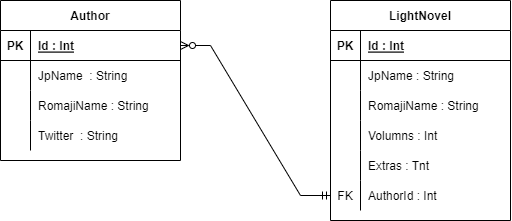
Above: Diagrams/DataRelation.png in marshmary/LightNovelMicroservice (draw.io), before the change. Source tidied: cells renumbered, new cells last; positions are measured from the earlier drawing's top-left corner, leaving out a move shared by most shapes. Source of this version:
```xml
<mxGraphModel>
  <root>
    <mxCell id="0" />
    <mxCell id="1" parent="0" />
    <mxCell id="2" value="Author" style="shape=table;startSize=30;rowLines=0;fontStyle=1;align=center;" parent="1" vertex="1">
      <mxGeometry width="180" height="160" as="geometry" />
    </mxCell>
    <mxCell id="3" style="shape=partialRectangle;fillColor=none;top=0;left=0;bottom=1;right=0;points=[[0,0.5],[1,0.5]];portConstraint=eastwest;" parent="2" vertex="1">
      <mxGeometry y="30" width="180" height="30" as="geometry" />
    </mxCell>
    <mxCell id="4" value="PK" style="shape=partialRectangle;fillColor=none;top=0;left=0;bottom=0;right=0;fontStyle=1;overflow=hidden;" parent="3" vertex="1">
      <mxGeometry width="30" height="30" as="geometry" />
    </mxCell>
    <mxCell id="5" value="Id : Int" style="shape=partialRectangle;fillColor=none;top=0;left=0;bottom=0;right=0;align=left;spacingLeft=6;fontStyle=5;overflow=hidden;" parent="3" vertex="1">
      <mxGeometry x="30" width="150" height="30" as="geometry" />
    </mxCell>
    <mxCell id="6" style="shape=partialRectangle;fillColor=none;top=0;left=0;bottom=0;right=0;" parent="2" vertex="1">
      <mxGeometry y="60" width="180" height="30" as="geometry" />
    </mxCell>
    <mxCell id="7" style="shape=partialRectangle;fillColor=none;top=0;left=0;bottom=0;right=0;overflow=hidden;" parent="6" vertex="1">
      <mxGeometry width="30" height="30" as="geometry" />
    </mxCell>
    <mxCell id="8" value="JpName  : String" style="shape=partialRectangle;fillColor=none;top=0;left=0;bottom=0;right=0;align=left;spacingLeft=6;overflow=hidden;" parent="6" vertex="1">
      <mxGeometry x="30" width="150" height="30" as="geometry" />
    </mxCell>
    <mxCell id="9" style="shape=partialRectangle;fillColor=none;top=0;left=0;bottom=0;right=0;" parent="2" vertex="1">
      <mxGeometry y="90" width="180" height="30" as="geometry" />
    </mxCell>
    <mxCell id="10" style="shape=partialRectangle;fillColor=none;top=0;left=0;bottom=0;right=0;overflow=hidden;" parent="9" vertex="1">
      <mxGeometry width="30" height="30" as="geometry" />
    </mxCell>
    <mxCell id="11" value="RomajiName : String" style="shape=partialRectangle;fillColor=none;top=0;left=0;bottom=0;right=0;align=left;spacingLeft=6;overflow=hidden;" parent="9" vertex="1">
      <mxGeometry x="30" width="150" height="30" as="geometry" />
    </mxCell>
    <mxCell id="12" style="shape=partialRectangle;fillColor=none;top=0;left=0;bottom=0;right=0;" parent="2" vertex="1">
      <mxGeometry y="120" width="180" height="30" as="geometry" />
    </mxCell>
    <mxCell id="13" style="shape=partialRectangle;fillColor=none;top=0;left=0;bottom=0;right=0;overflow=hidden;" parent="12" vertex="1">
      <mxGeometry width="30" height="30" as="geometry" />
    </mxCell>
    <mxCell id="14" value="Twitter  : String" style="shape=partialRectangle;fillColor=none;top=0;left=0;bottom=0;right=0;align=left;spacingLeft=6;overflow=hidden;" parent="12" vertex="1">
      <mxGeometry x="30" width="150" height="30" as="geometry" />
    </mxCell>
    <mxCell id="15" value="LightNovel" style="shape=table;startSize=30;rowLines=0;fontStyle=1;align=center;" parent="1" vertex="1">
      <mxGeometry x="330" width="180" height="220" as="geometry" />
    </mxCell>
    <mxCell id="16" style="shape=partialRectangle;fillColor=none;top=0;left=0;bottom=1;right=0;" parent="15" vertex="1">
      <mxGeometry y="30" width="180" height="30" as="geometry" />
    </mxCell>
    <mxCell id="17" value="PK" style="shape=partialRectangle;fillColor=none;top=0;left=0;bottom=0;right=0;fontStyle=1;overflow=hidden;" parent="16" vertex="1">
      <mxGeometry width="30" height="30" as="geometry" />
    </mxCell>
    <mxCell id="18" value="Id : Int" style="shape=partialRectangle;fillColor=none;top=0;left=0;bottom=0;right=0;align=left;spacingLeft=6;fontStyle=5;overflow=hidden;" parent="16" vertex="1">
      <mxGeometry x="30" width="150" height="30" as="geometry" />
    </mxCell>
    <mxCell id="19" style="shape=partialRectangle;fillColor=none;top=0;left=0;bottom=0;right=0;" parent="15" vertex="1">
      <mxGeometry y="60" width="180" height="30" as="geometry" />
    </mxCell>
    <mxCell id="20" style="shape=partialRectangle;fillColor=none;top=0;left=0;bottom=0;right=0;overflow=hidden;" parent="19" vertex="1">
      <mxGeometry width="30" height="30" as="geometry" />
    </mxCell>
    <mxCell id="21" value="JpName : String" style="shape=partialRectangle;fillColor=none;top=0;left=0;bottom=0;right=0;align=left;spacingLeft=6;overflow=hidden;" parent="19" vertex="1">
      <mxGeometry x="30" width="150" height="30" as="geometry" />
    </mxCell>
    <mxCell id="22" style="shape=partialRectangle;fillColor=none;top=0;left=0;bottom=0;right=0;" parent="15" vertex="1">
      <mxGeometry y="90" width="180" height="30" as="geometry" />
    </mxCell>
    <mxCell id="23" style="shape=partialRectangle;fillColor=none;top=0;left=0;bottom=0;right=0;overflow=hidden;" parent="22" vertex="1">
      <mxGeometry width="30" height="30" as="geometry" />
    </mxCell>
    <mxCell id="24" value="RomajiName : String" style="shape=partialRectangle;fillColor=none;top=0;left=0;bottom=0;right=0;align=left;spacingLeft=6;overflow=hidden;" parent="22" vertex="1">
      <mxGeometry x="30" width="150" height="30" as="geometry" />
    </mxCell>
    <mxCell id="25" style="shape=partialRectangle;fillColor=none;top=0;left=0;bottom=0;right=0;" parent="15" vertex="1">
      <mxGeometry y="120" width="180" height="30" as="geometry" />
    </mxCell>
    <mxCell id="26" style="shape=partialRectangle;fillColor=none;top=0;left=0;bottom=0;right=0;overflow=hidden;" parent="25" vertex="1">
      <mxGeometry width="30" height="30" as="geometry" />
    </mxCell>
    <mxCell id="27" value="Volumns : Int" style="shape=partialRectangle;fillColor=none;top=0;left=0;bottom=0;right=0;align=left;spacingLeft=6;overflow=hidden;" parent="25" vertex="1">
      <mxGeometry x="30" width="150" height="30" as="geometry" />
    </mxCell>
    <mxCell id="28" style="shape=partialRectangle;fillColor=none;top=0;left=0;bottom=0;right=0;" parent="15" vertex="1">
      <mxGeometry y="150" width="180" height="30" as="geometry" />
    </mxCell>
    <mxCell id="29" style="shape=partialRectangle;fillColor=none;top=0;left=0;bottom=0;right=0;overflow=hidden;" parent="28" vertex="1">
      <mxGeometry width="30" height="30" as="geometry" />
    </mxCell>
    <mxCell id="30" value="Extras : Tnt" style="shape=partialRectangle;fillColor=none;top=0;left=0;bottom=0;right=0;align=left;spacingLeft=6;overflow=hidden;" parent="28" vertex="1">
      <mxGeometry x="30" width="150" height="30" as="geometry" />
    </mxCell>
    <mxCell id="31" style="shape=partialRectangle;fillColor=none;top=0;left=0;bottom=0;right=0;points=[[0,0.5],[1,0.5]];portConstraint=eastwest;" parent="15" vertex="1">
      <mxGeometry y="180" width="180" height="30" as="geometry" />
    </mxCell>
    <mxCell id="32" value="FK" style="shape=partialRectangle;fillColor=none;top=0;left=0;bottom=0;right=0;overflow=hidden;" parent="31" vertex="1">
      <mxGeometry width="30" height="30" as="geometry" />
    </mxCell>
    <mxCell id="33" value="AuthorId : Int" style="shape=partialRectangle;fillColor=none;top=0;left=0;bottom=0;right=0;align=left;spacingLeft=6;overflow=hidden;" parent="31" vertex="1">
      <mxGeometry x="30" width="150" height="30" as="geometry" />
    </mxCell>
    <mxCell id="34" style="edgeStyle=entityRelationEdgeStyle;fontSize=12;html=1;endArrow=ERzeroToMany;startArrow=ERmandOne;rounded=0;entryX=1;entryY=0.5;entryDx=0;entryDy=0;exitX=0;exitY=0.5;exitDx=0;exitDy=0;endFill=0;" parent="1" edge="1" source="31" target="3">
      <mxGeometry relative="1" as="geometry" />
    </mxCell>
  </root>
</mxGraphModel>
```
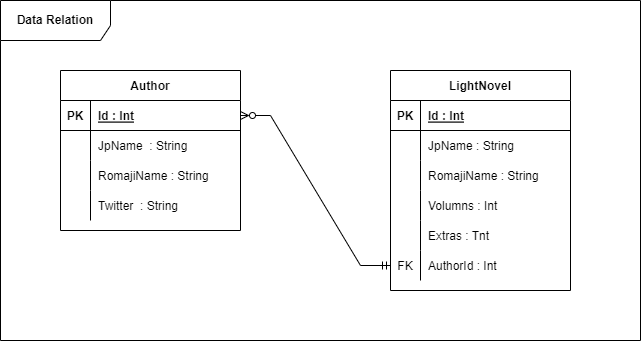
The same file after the commit.

Change to the diagram source:
```diff
@@ -2,6 +2,9 @@
   <root>
     <mxCell id="0" />
     <mxCell id="1" parent="0" />
+    <mxCell id="35" value="&lt;b&gt;Data Relation&lt;/b&gt;" style="shape=umlFrame;whiteSpace=wrap;html=1;fillColor=none;width=110;height=40;" parent="1" vertex="1">
+      <mxGeometry x="-60" y="-70" width="640" height="340" as="geometry" />
+    </mxCell>
     <mxCell id="2" value="Author" style="shape=table;startSize=30;rowLines=0;fontStyle=1;align=center;" parent="1" vertex="1">
       <mxGeometry width="180" height="160" as="geometry" />
     </mxCell>
```
